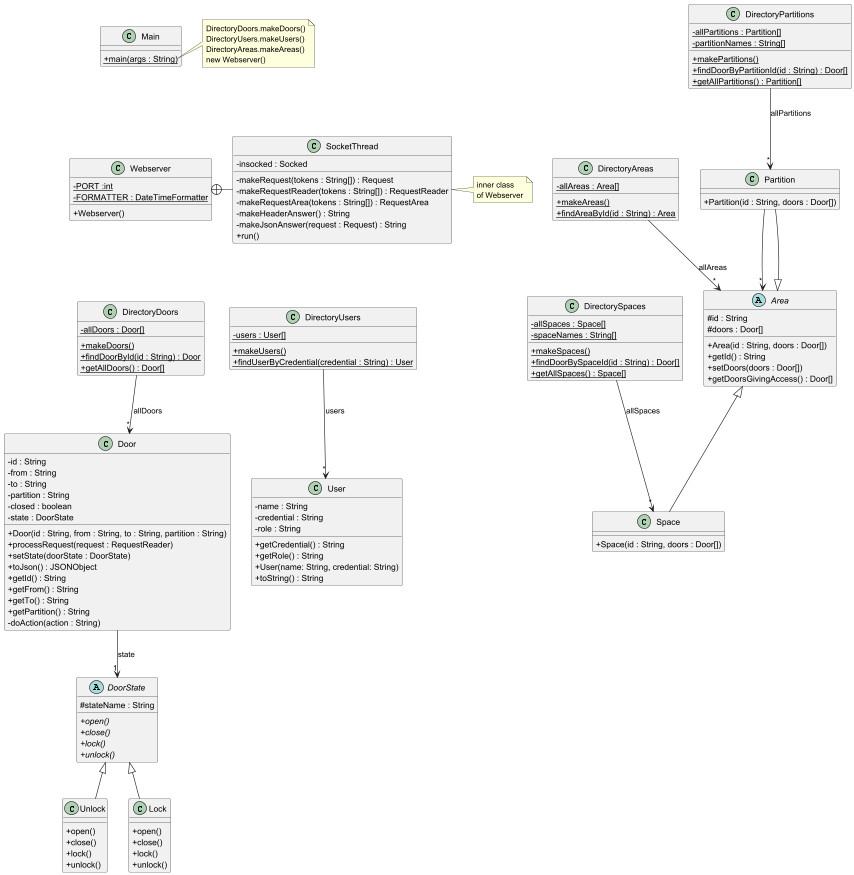
Above: src/baseNoStates/uml/base_no_states.png in davidal15/Projecte-DS (PlantUML), before the change.
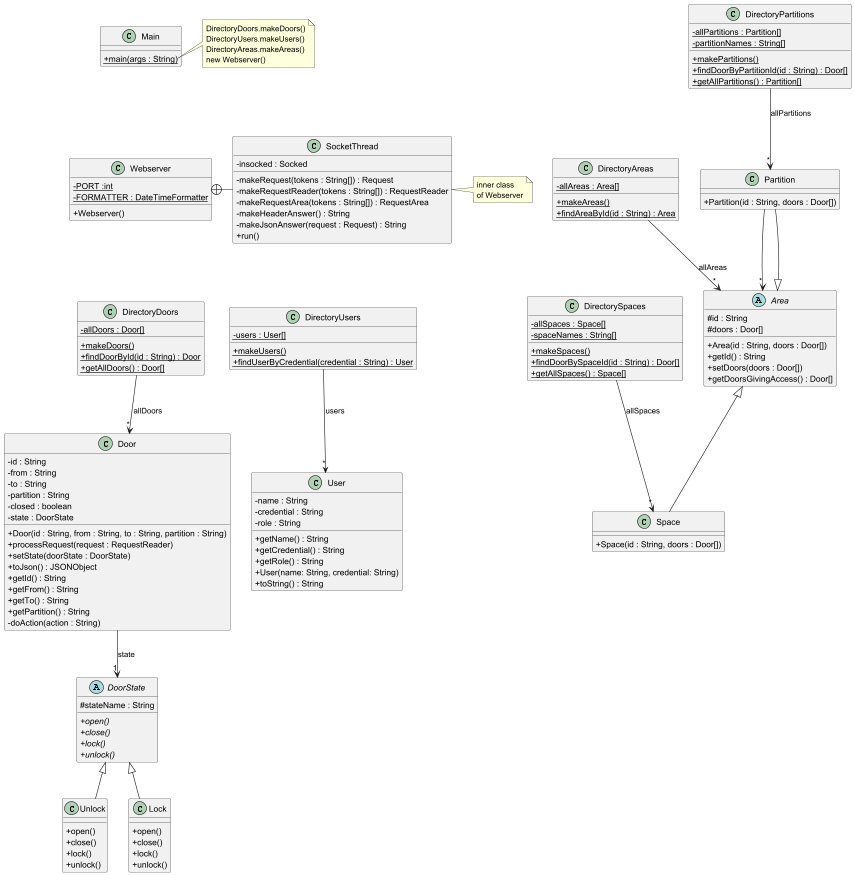
The same file after the commit.

Diff of the diagram source:
```diff
@@ -114,10 +114,12 @@
 + lock()
 + unlock()
 }
+
 class User {
 - name : String
 - credential : String
 - role : String
++ getName() : String
 + getCredential() : String
 + getRole() : String
 + User(name: String, credential: String)
```
